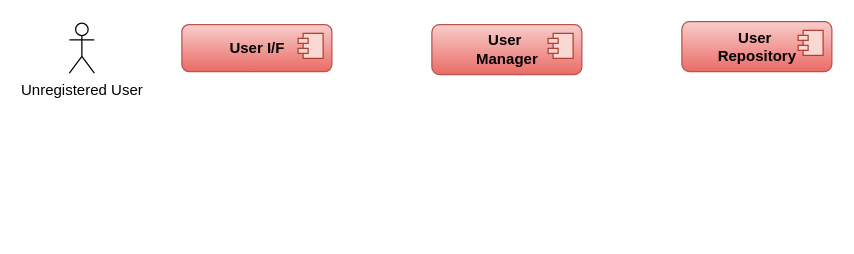
The draw.io diagram SAD Sequence Diagrams.drawio in Itaybarbar/myProject, before the edit. Source tidied: cells renumbered, new cells numbered last; positions are measured from the earlier drawing's top-left corner, leaving out a move shared by most shapes. Both pictures are drawn from the tidied source at 125%, with x=0, y=0 at pixel (69, 21).
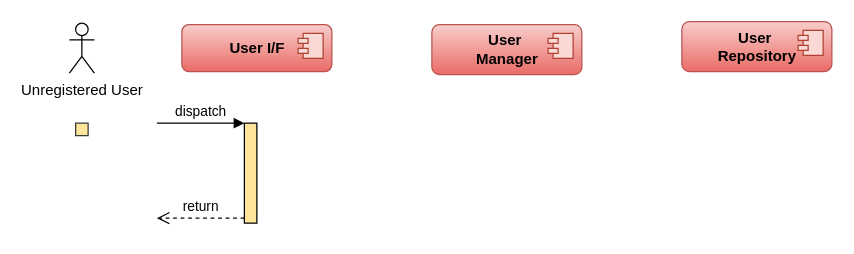
After the change.

Change to the diagram source:
```diff
@@
 <mxGraphModel>
   <root>
     <mxCell id="0" />
     <mxCell id="1" parent="0" />
     <mxCell id="2" value="Unregistered User" style="shape=umlActor;verticalLabelPosition=bottom;verticalAlign=top;html=1;" parent="1" vertex="1">
       <mxGeometry y="1" width="20" height="40" as="geometry" />
     </mxCell>
     <mxCell id="3" value="&lt;font size=&quot;1&quot;&gt;&lt;b style=&quot;font-size: 12px&quot;&gt;User I/F&lt;/b&gt;&lt;/font&gt;" style="html=1;rounded=1;strokeWidth=1;fillColor=#f8cecc;gradientColor=#ea6b66;strokeColor=#b85450;" parent="1" vertex="1">
       <mxGeometry x="90" y="2.2" width="120" height="37.5" as="geometry" />
     </mxCell>
     <mxCell id="4" style="shape=module;jettyWidth=8;jettyHeight=4;fillColor=#fad9d5;strokeColor=#ae4132;" parent="3" vertex="1">
       <mxGeometry x="1" width="20" height="20" relative="1" as="geometry">
         <mxPoint x="-27" y="7" as="offset" />
       </mxGeometry>
     </mxCell>
     <mxCell id="5" value="&lt;div&gt;&lt;b&gt;&lt;font style=&quot;font-size: 12px&quot;&gt;User&amp;nbsp;&lt;/font&gt;&lt;/b&gt;&lt;/div&gt;&lt;div&gt;&lt;b&gt;&lt;font style=&quot;font-size: 12px&quot;&gt;Manager&lt;/font&gt;&lt;/b&gt;&lt;/div&gt;" style="html=1;rounded=1;strokeWidth=1;fillColor=#f8cecc;gradientColor=#ea6b66;strokeColor=#b85450;align=center;" parent="1" vertex="1">
       <mxGeometry x="290" y="2.2" width="120" height="40" as="geometry" />
     </mxCell>
     <mxCell id="6" style="shape=module;jettyWidth=8;jettyHeight=4;fillColor=#fad9d5;strokeColor=#ae4132;" parent="5" vertex="1">
       <mxGeometry x="1" width="20" height="20" relative="1" as="geometry">
         <mxPoint x="-27" y="7" as="offset" />
       </mxGeometry>
     </mxCell>
     <mxCell id="7" value="&lt;div&gt;&lt;b&gt;&lt;font style=&quot;font-size: 12px&quot;&gt;User&amp;nbsp;&lt;/font&gt;&lt;/b&gt;&lt;/div&gt;&lt;div&gt;&lt;b&gt;&lt;font style=&quot;font-size: 12px&quot;&gt;Repository&lt;/font&gt;&lt;/b&gt;&lt;/div&gt;" style="html=1;rounded=1;strokeWidth=1;fillColor=#f8cecc;gradientColor=#ea6b66;strokeColor=#b85450;align=center;" parent="1" vertex="1">
       <mxGeometry x="490" y="-0.2" width="120" height="40" as="geometry" />
     </mxCell>
     <mxCell id="8" style="shape=module;jettyWidth=8;jettyHeight=4;fillColor=#fad9d5;strokeColor=#ae4132;" parent="7" vertex="1">
       <mxGeometry x="1" width="20" height="20" relative="1" as="geometry">
         <mxPoint x="-27" y="7" as="offset" />
       </mxGeometry>
     </mxCell>
+    <mxCell id="9" style="html=1;perimeter=orthogonalPerimeter;fillColor=#FFE599;strokeColor=#36393d;" parent="1" vertex="1">
+      <mxGeometry x="5" y="81" width="10" height="10" as="geometry" />
+    </mxCell>
+    <mxCell id="10" style="html=1;points=[];perimeter=orthogonalPerimeter;fillColor=#FFE599;" parent="1" vertex="1">
+      <mxGeometry x="140" y="81" width="10" height="80" as="geometry" />
+    </mxCell>
+    <mxCell id="11" value="dispatch" style="html=1;verticalAlign=bottom;endArrow=block;entryX=0;entryY=0;rounded=0;" parent="1" edge="1" target="10">
+      <mxGeometry relative="1" as="geometry">
+        <mxPoint x="70" y="81" as="sourcePoint" />
+      </mxGeometry>
+    </mxCell>
+    <mxCell id="12" value="return" style="html=1;verticalAlign=bottom;endArrow=open;dashed=1;endSize=8;exitX=0;exitY=0.95;rounded=0;" parent="1" edge="1" source="10">
+      <mxGeometry relative="1" as="geometry">
+        <mxPoint x="70" y="157" as="targetPoint" />
+      </mxGeometry>
+    </mxCell>
   </root>
 </mxGraphModel>
```
